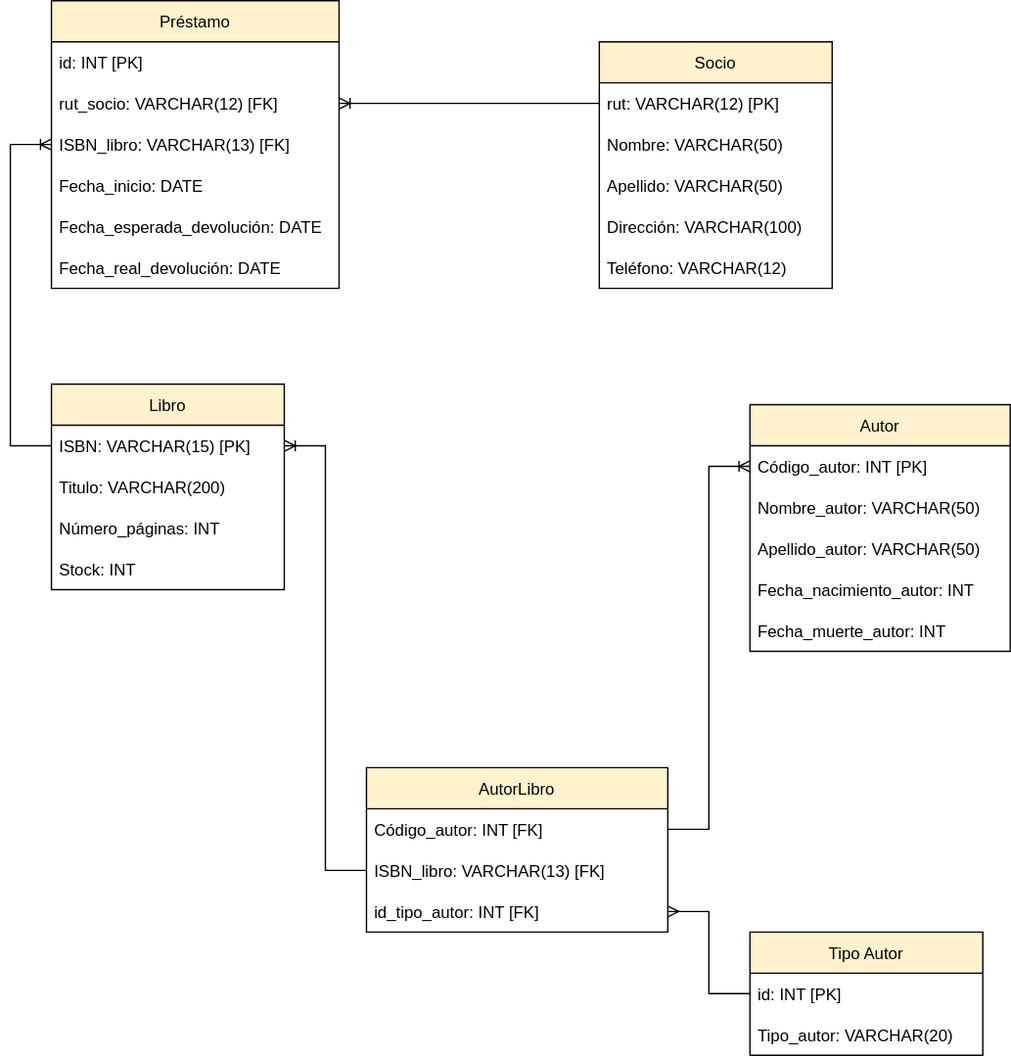
Before: Biblioteca1-3.drawio.svg, a diagram exported from draw.io (KarQuis/M5---Prueba). Source tidied: cells renumbered, new cells last; positions are measured from the earlier drawing's top-left corner, leaving out a move shared by most shapes.
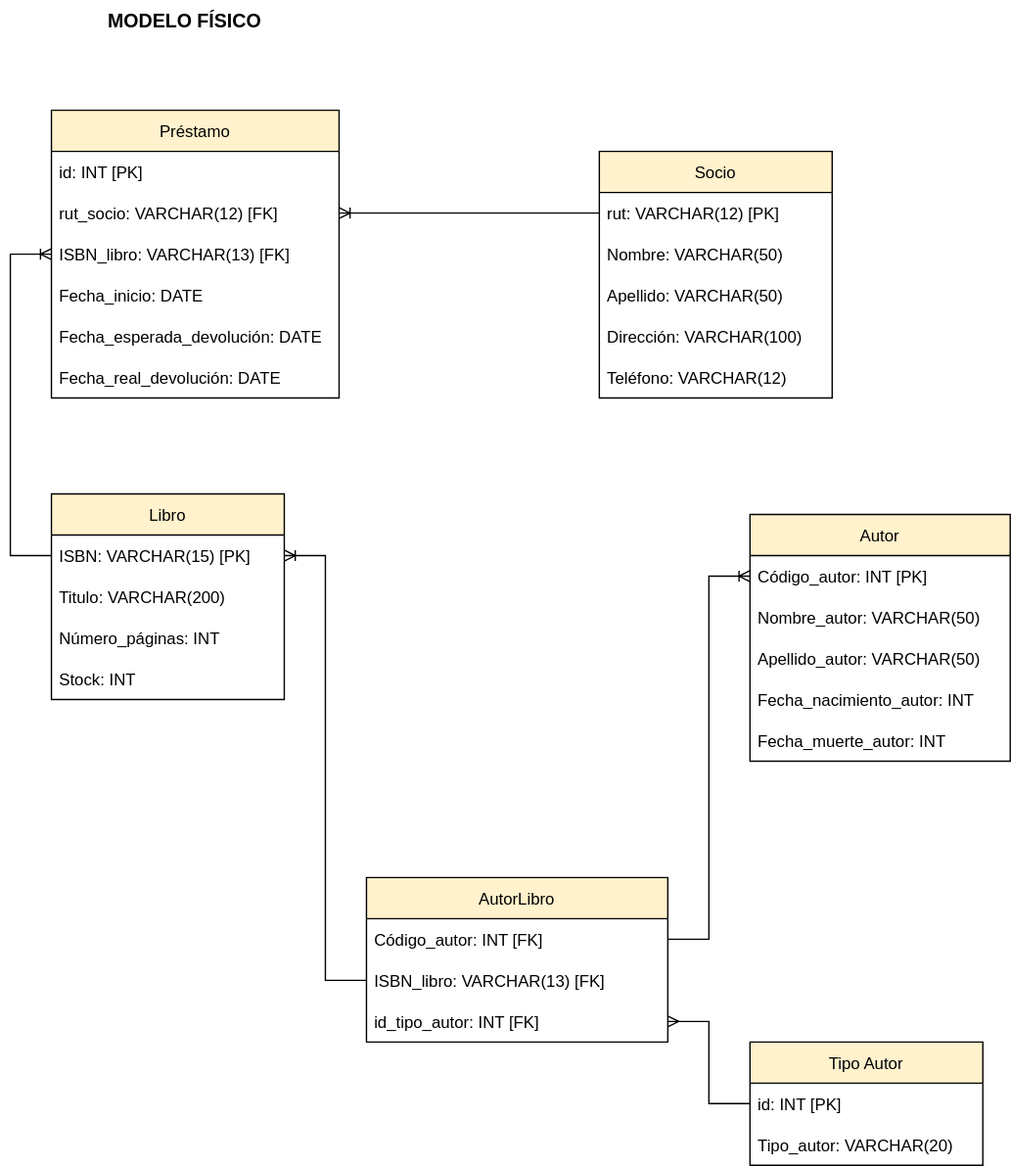
The same diagram one commit later.

Commit message:
Modelo Físico

What changed in the source:
```diff
@@ -115,5 +115,8 @@
     <mxCell id="37" style="edgeStyle=entityRelationEdgeStyle;fontSize=12;html=1;endArrow=ERmany;rounded=0;exitX=0;exitY=0.5;exitDx=0;exitDy=0;entryX=1;entryY=0.5;entryDx=0;entryDy=0;" parent="1" edge="1" source="34" target="31">
       <mxGeometry relative="1" as="geometry" />
     </mxCell>
+    <mxCell id="38" value="&lt;b&gt;&lt;font style=&quot;font-size: 14px&quot;&gt;MODELO FÍSICO&lt;/font&gt;&lt;/b&gt;" style="text;html=1;strokeColor=none;fillColor=none;align=center;verticalAlign=middle;whiteSpace=wrap;rounded=0;" parent="1" vertex="1">
+      <mxGeometry x="30" y="-80" width="195" height="30" as="geometry" />
+    </mxCell>
   </root>
 </mxGraphModel>
```
